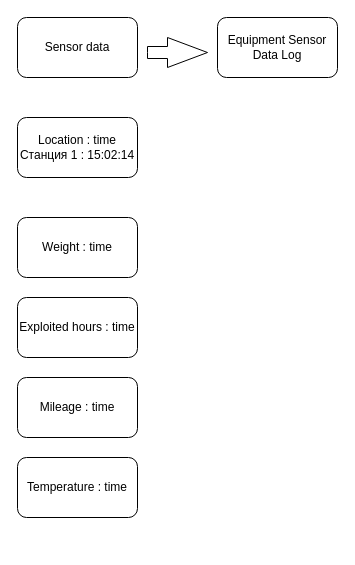
Before: sensor_to_business_oper.drawio in tvolodi/abitech, a draw.io diagram. Source tidied: cells renumbered, new cells numbered last; positions are measured from the earlier drawing's top-left corner, leaving out a move shared by most shapes. Both pictures are drawn from the tidied source at 100%, with x=0, y=0 at pixel (17, 17).
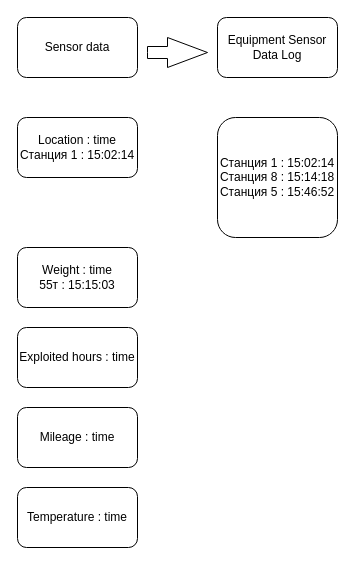
The same page after the edit.

Diff of the diagram source:
```diff
@@
 <mxGraphModel>
   <root>
     <mxCell id="0" />
     <mxCell id="1" parent="0" />
     <mxCell id="2" value="Sensor data" style="rounded=1;whiteSpace=wrap;html=1;" parent="1" vertex="1">
       <mxGeometry width="120" height="60" as="geometry" />
     </mxCell>
     <mxCell id="3" value="Location : time&lt;br&gt;Станция 1 : 15:02:14" style="rounded=1;whiteSpace=wrap;html=1;" parent="1" vertex="1">
       <mxGeometry y="100" width="120" height="60" as="geometry" />
     </mxCell>
-    <mxCell id="4" value="Weight : time" style="rounded=1;whiteSpace=wrap;html=1;" parent="1" vertex="1">
-      <mxGeometry y="200" width="120" height="60" as="geometry" />
+    <mxCell id="4" value="Weight : time&lt;br&gt;55т : 15:15:03" style="rounded=1;whiteSpace=wrap;html=1;" parent="1" vertex="1">
+      <mxGeometry y="230" width="120" height="60" as="geometry" />
     </mxCell>
     <mxCell id="5" value="Exploited hours : time" style="rounded=1;whiteSpace=wrap;html=1;" parent="1" vertex="1">
-      <mxGeometry y="280" width="120" height="60" as="geometry" />
+      <mxGeometry y="310" width="120" height="60" as="geometry" />
     </mxCell>
     <mxCell id="6" value="Mileage : time" style="rounded=1;whiteSpace=wrap;html=1;" parent="1" vertex="1">
-      <mxGeometry y="360" width="120" height="60" as="geometry" />
+      <mxGeometry y="390" width="120" height="60" as="geometry" />
     </mxCell>
     <mxCell id="7" value="Temperature : time" style="rounded=1;whiteSpace=wrap;html=1;" parent="1" vertex="1">
-      <mxGeometry y="440" width="120" height="60" as="geometry" />
+      <mxGeometry y="470" width="120" height="60" as="geometry" />
     </mxCell>
     <mxCell id="8" value="Equipment Sensor Data Log" style="rounded=1;whiteSpace=wrap;html=1;" parent="1" vertex="1">
       <mxGeometry x="200" width="120" height="60" as="geometry" />
     </mxCell>
     <mxCell id="9" style="html=1;shadow=0;dashed=0;align=center;verticalAlign=middle;shape=mxgraph.arrows2.arrow;dy=0.6;dx=40;notch=0;" parent="1" vertex="1">
       <mxGeometry x="130" y="20" width="60" height="30" as="geometry" />
     </mxCell>
+    <mxCell id="10" value="Станция 1 : 15:02:14&lt;br&gt;Станция 8 : 15:14:18&lt;br&gt;Станция 5 : 15:46:52" style="rounded=1;whiteSpace=wrap;html=1;" parent="1" vertex="1">
+      <mxGeometry x="200" y="100" width="120" height="120" as="geometry" />
+    </mxCell>
   </root>
 </mxGraphModel>
```
